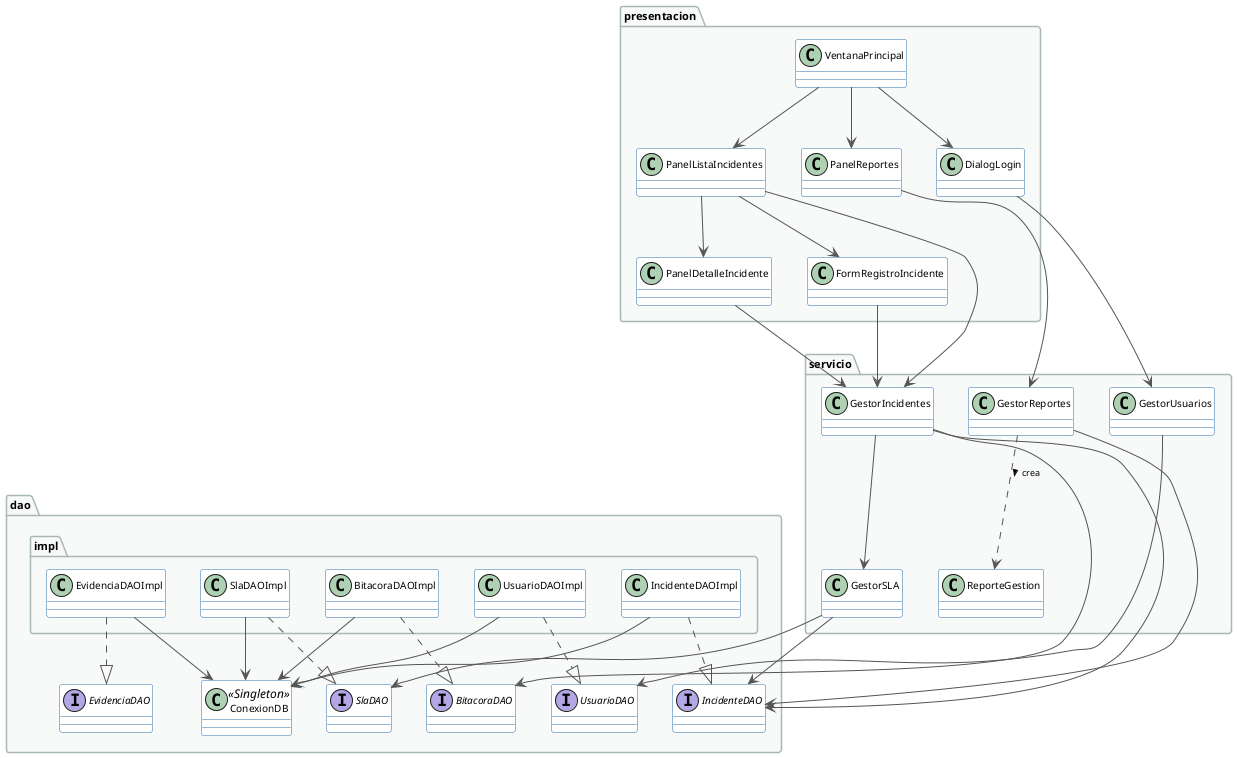
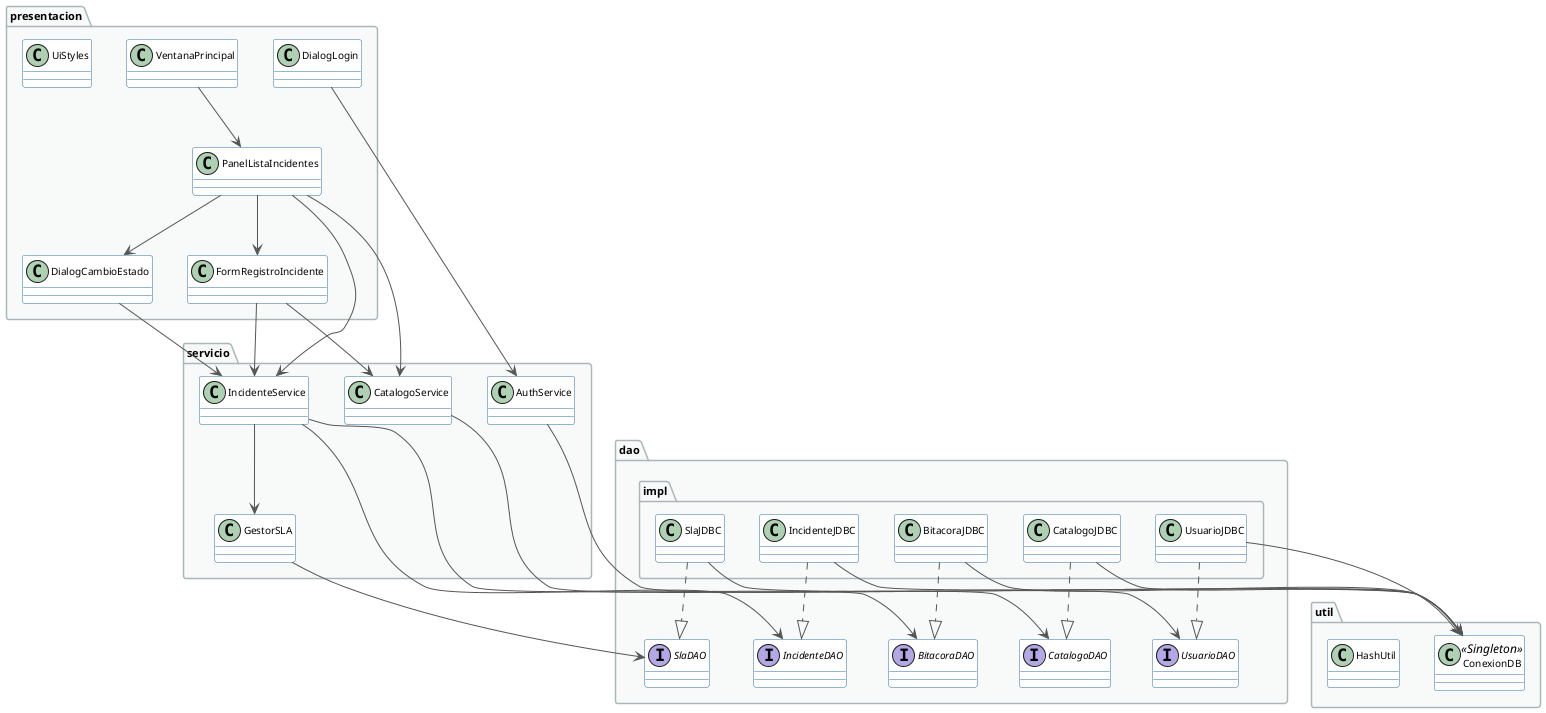
@startuml SGISI - Diagrama de Clases - Capas DAO, Servicio y Presentación

skinparam classAttributeIconSize 0
skinparam class {
  BackgroundColor White
  BorderColor      #2C6EA6
  ArrowColor       #555555
  FontSize         10
}
skinparam interface {
  BackgroundColor #D6EAF8
  BorderColor     #2C6EA6
}
skinparam package {
  BackgroundColor #F8F9F9
  BorderColor     #AAB7B8
  FontSize        11
  FontStyle       bold
}
skinparam arrow {
  FontSize 9
}

' ================================================================
+ ' CAPA UTIL
+ ' ================================================================
+ package "util" {
+   class ConexionDB <<Singleton>>
+   class HashUtil
+ }
+ 
+ ' ================================================================
' CAPA DAO – Interfaces
' ================================================================
package "dao" {
  interface IncidenteDAO
  interface UsuarioDAO
-   interface EvidenciaDAO
+   interface CatalogoDAO
  interface BitacoraDAO
  interface SlaDAO
-   class ConexionDB <<Singleton>>
}

' ================================================================
' CAPA DAO – Implementaciones JDBC
' ================================================================
package "dao.impl" {
-   class IncidenteDAOImpl
-   class UsuarioDAOImpl
-   class EvidenciaDAOImpl
-   class BitacoraDAOImpl
-   class SlaDAOImpl
+   class IncidenteJDBC
+   class UsuarioJDBC
+   class CatalogoJDBC
+   class BitacoraJDBC
+   class SlaJDBC

-   IncidenteDAOImpl ..|> IncidenteDAO
-   UsuarioDAOImpl   ..|> UsuarioDAO
-   EvidenciaDAOImpl ..|> EvidenciaDAO
-   BitacoraDAOImpl  ..|> BitacoraDAO
-   SlaDAOImpl       ..|> SlaDAO
+   IncidenteJDBC ..|> IncidenteDAO
+   UsuarioJDBC   ..|> UsuarioDAO
+   CatalogoJDBC  ..|> CatalogoDAO
+   BitacoraJDBC  ..|> BitacoraDAO
+   SlaJDBC       ..|> SlaDAO

-   IncidenteDAOImpl --> ConexionDB
-   UsuarioDAOImpl   --> ConexionDB
-   EvidenciaDAOImpl --> ConexionDB
-   BitacoraDAOImpl  --> ConexionDB
-   SlaDAOImpl       --> ConexionDB
+   IncidenteJDBC --> ConexionDB
+   UsuarioJDBC   --> ConexionDB
+   CatalogoJDBC  --> ConexionDB
+   BitacoraJDBC  --> ConexionDB
+   SlaJDBC       --> ConexionDB
}

' ================================================================
' CAPA DE SERVICIO
' ================================================================
package "servicio" {
-   class GestorIncidentes
-   class GestorUsuarios
+   class AuthService
+   class IncidenteService
+   class CatalogoService
  class GestorSLA
-   class GestorReportes
-   class ReporteGestion

-   GestorIncidentes --> IncidenteDAO
-   GestorIncidentes --> BitacoraDAO
-   GestorIncidentes --> GestorSLA
-   GestorUsuarios   --> UsuarioDAO
+   AuthService      --> UsuarioDAO
+   IncidenteService --> IncidenteDAO
+   IncidenteService --> BitacoraDAO
+   IncidenteService --> GestorSLA
+   CatalogoService  --> CatalogoDAO
  GestorSLA        --> SlaDAO
-   GestorSLA        --> IncidenteDAO
-   GestorReportes   --> IncidenteDAO
-   GestorReportes   ..> ReporteGestion : crea >
}

' ================================================================
' CAPA DE PRESENTACIÓN
' ================================================================
package "presentacion" {
  class VentanaPrincipal
  class DialogLogin
  class PanelListaIncidentes
  class FormRegistroIncidente
-   class PanelDetalleIncidente
-   class PanelReportes
+   class DialogCambioEstado
+   class UiStyles

-   VentanaPrincipal     --> DialogLogin
-   VentanaPrincipal     --> PanelListaIncidentes
-   VentanaPrincipal     --> PanelReportes
-   PanelListaIncidentes --> FormRegistroIncidente
-   PanelListaIncidentes --> PanelDetalleIncidente
-   DialogLogin          --> GestorUsuarios
-   PanelListaIncidentes --> GestorIncidentes
-   FormRegistroIncidente --> GestorIncidentes
-   PanelDetalleIncidente --> GestorIncidentes
-   PanelReportes        --> GestorReportes
+   VentanaPrincipal      --> PanelListaIncidentes
+   PanelListaIncidentes  --> FormRegistroIncidente
+   PanelListaIncidentes  --> DialogCambioEstado
+   DialogLogin           --> AuthService
+   PanelListaIncidentes  --> IncidenteService
+   PanelListaIncidentes  --> CatalogoService
+   FormRegistroIncidente --> IncidenteService
+   FormRegistroIncidente --> CatalogoService
+   DialogCambioEstado    --> IncidenteService
}

@enduml
